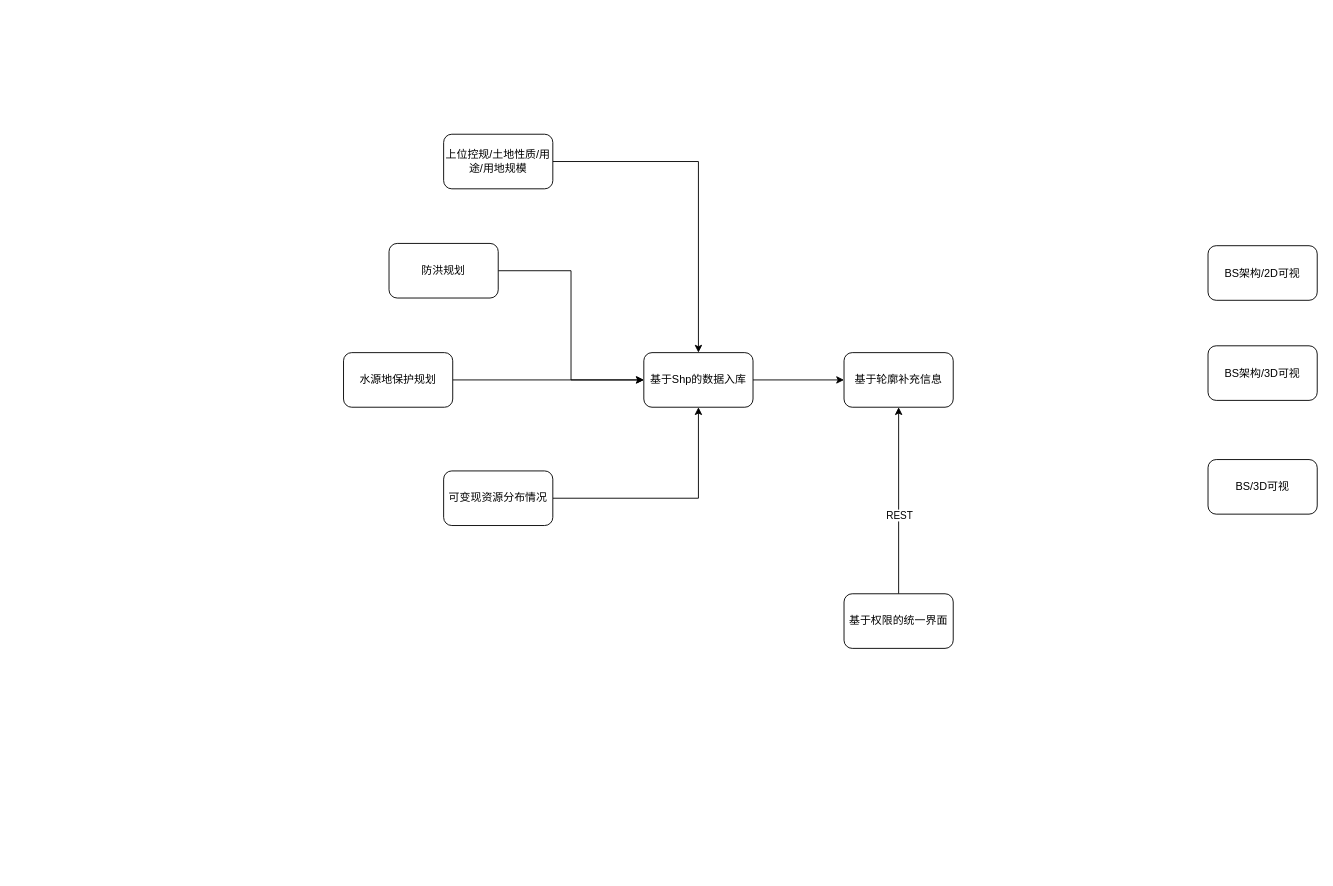
gaochaowyq/MinderGraph keeps this draw.io diagram as 房山大石窝镇.drawio. Above is the earlier version. Source tidied: cells renumbered, new cells numbered last; positions are measured from the earlier drawing's top-left corner, leaving out a move shared by most shapes. Both pictures are drawn from the tidied source at 91%, with x=0, y=0 at pixel (343, 134).
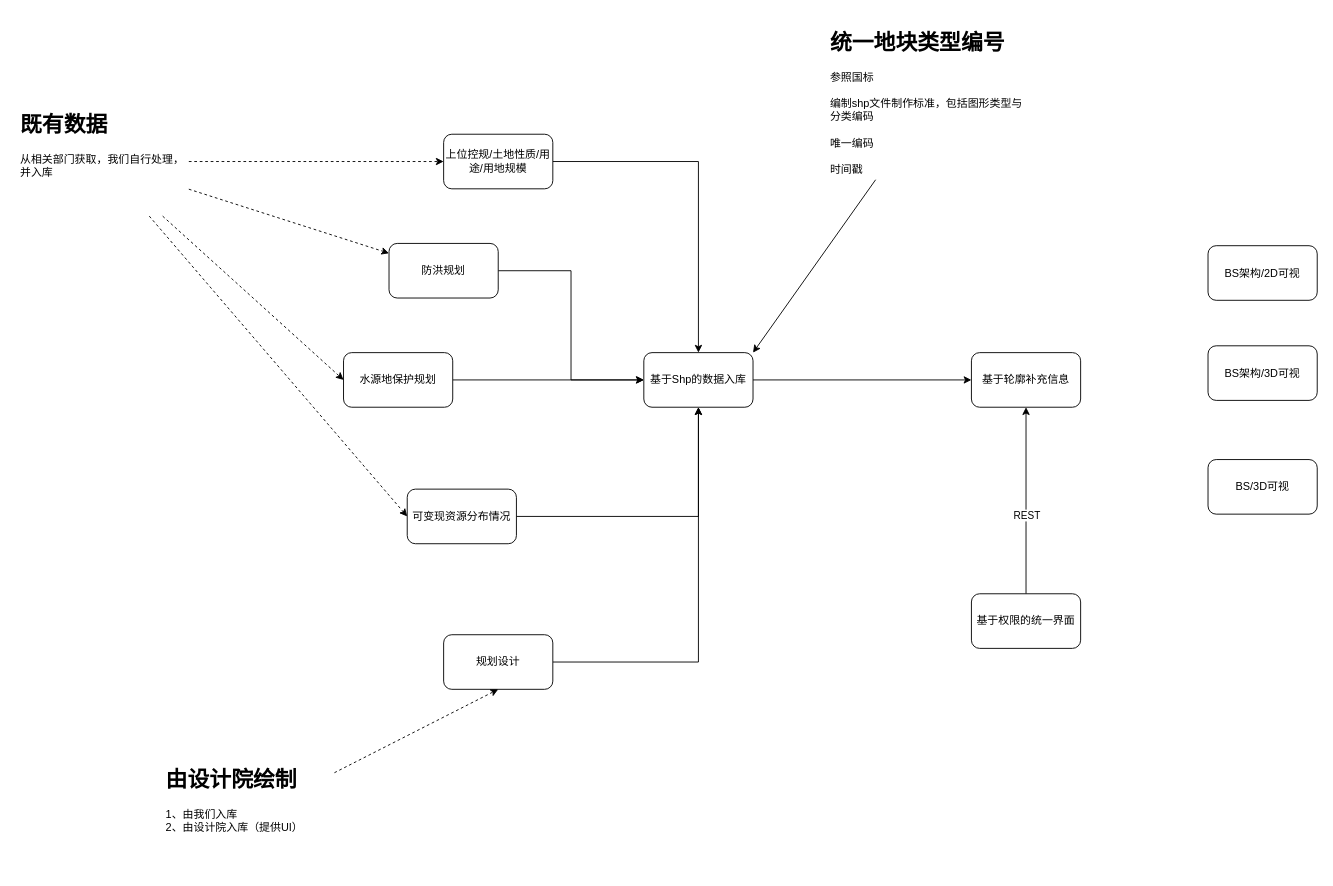
After the change.

Commit message:
更新房山大石窝镇.drawio

The change refers to these unchanged cells:
```xml
<mxCell id="3" value="基于Shp的数据入库" style="rounded=1;whiteSpace=wrap;html=1;" parent="1" vertex="1">
  <mxGeometry x="330" y="240" width="120" height="60" as="geometry" />
</mxCell>
<mxCell id="5" value="上位控规/土地性质/用途/用地规模" style="rounded=1;whiteSpace=wrap;html=1;" parent="1" vertex="1">
  <mxGeometry x="110" width="120" height="60" as="geometry" />
</mxCell>
<mxCell id="7" value="防洪规划" style="rounded=1;whiteSpace=wrap;html=1;" parent="1" vertex="1">
  <mxGeometry x="50" y="120" width="120" height="60" as="geometry" />
</mxCell>
<mxCell id="9" value="水源地保护规划" style="rounded=1;whiteSpace=wrap;html=1;" parent="1" vertex="1">
  <mxGeometry y="240" width="120" height="60" as="geometry" />
</mxCell>
```

What changed in the source:
```diff
@@
     <mxCell id="11" value="可变现资源分布情况" style="rounded=1;whiteSpace=wrap;html=1;" parent="1" vertex="1">
-      <mxGeometry x="110" y="370" width="120" height="60" as="geometry" />
+      <mxGeometry x="70" y="390" width="120" height="60" as="geometry" />
     </mxCell>
@@
     <mxCell id="15" value="基于轮廓补充信息" style="rounded=1;whiteSpace=wrap;html=1;" parent="1" vertex="1">
-      <mxGeometry x="550" y="240" width="120" height="60" as="geometry" />
+      <mxGeometry x="690" y="240" width="120" height="60" as="geometry" />
     </mxCell>
@@
     <mxCell id="18" value="基于权限的统一界面" style="rounded=1;whiteSpace=wrap;html=1;" parent="1" vertex="1">
-      <mxGeometry x="550" y="505" width="120" height="60" as="geometry" />
+      <mxGeometry x="690" y="505" width="120" height="60" as="geometry" />
     </mxCell>
+    <mxCell id="19" style="rounded=0;jettySize=auto;html=1;entryX=1;entryY=0;entryDx=0;entryDy=0;" parent="1" edge="1" source="20" target="3">
+      <mxGeometry relative="1" as="geometry" />
+    </mxCell>
+    <mxCell id="20" value="&lt;h1&gt;统一地块类型编号&lt;/h1&gt;&lt;div&gt;参照国标&lt;/div&gt;&lt;div&gt;&lt;br&gt;&lt;/div&gt;&lt;div&gt;编制shp文件制作标准，包括图形类型与分类编码&lt;/div&gt;&lt;div&gt;&lt;br&gt;&lt;/div&gt;&lt;div&gt;唯一编码&lt;/div&gt;&lt;div&gt;&lt;br&gt;&lt;/div&gt;&lt;div&gt;时间戳&lt;br&gt;&lt;/div&gt;" style="text;html=1;strokeColor=none;fillColor=none;spacing=5;spacingTop=-20;whiteSpace=wrap;overflow=hidden;rounded=0;" parent="1" vertex="1">
+      <mxGeometry x="530" y="-120" width="230" height="170" as="geometry" />
+    </mxCell>
+    <mxCell id="21" style="edgeStyle=orthogonalEdgeStyle;rounded=0;jettySize=auto;html=1;entryX=0.5;entryY=1;entryDx=0;entryDy=0;exitX=1;exitY=0.5;exitDx=0;exitDy=0;" parent="1" edge="1" source="22" target="3">
+      <mxGeometry relative="1" as="geometry" />
+    </mxCell>
+    <mxCell id="22" value="规划设计" style="rounded=1;whiteSpace=wrap;html=1;" parent="1" vertex="1">
+      <mxGeometry x="110" y="550" width="120" height="60" as="geometry" />
+    </mxCell>
+    <mxCell id="23" style="rounded=0;jettySize=auto;html=1;entryX=0.5;entryY=1;entryDx=0;entryDy=0;dashed=1;" parent="1" edge="1" source="24" target="22">
+      <mxGeometry relative="1" as="geometry" />
+    </mxCell>
+    <mxCell id="24" value="&lt;h1&gt;由设计院绘制&lt;/h1&gt;&lt;div&gt;1、由我们入库&lt;/div&gt;&lt;div&gt;2、由设计院入库（提供UI）&lt;br&gt;&lt;/div&gt;" style="text;html=1;strokeColor=none;fillColor=none;spacing=5;spacingTop=-20;whiteSpace=wrap;overflow=hidden;rounded=0;" parent="1" vertex="1">
+      <mxGeometry x="-200" y="690" width="190" height="120" as="geometry" />
+    </mxCell>
+    <mxCell id="25" style="rounded=0;jettySize=auto;html=1;entryX=0;entryY=0.5;entryDx=0;entryDy=0;dashed=1;" parent="1" edge="1" source="29" target="5">
+      <mxGeometry relative="1" as="geometry" />
+    </mxCell>
+    <mxCell id="26" style="rounded=0;jettySize=auto;html=1;dashed=1;" parent="1" edge="1" source="29" target="7">
+      <mxGeometry relative="1" as="geometry" />
+    </mxCell>
+    <mxCell id="27" style="rounded=0;jettySize=auto;html=1;entryX=0;entryY=0.5;entryDx=0;entryDy=0;dashed=1;" parent="1" edge="1" source="29" target="9">
+      <mxGeometry relative="1" as="geometry" />
+    </mxCell>
+    <mxCell id="28" style="rounded=0;jettySize=auto;html=1;entryX=0;entryY=0.5;entryDx=0;entryDy=0;dashed=1;" parent="1" edge="1" source="29" target="11">
+      <mxGeometry relative="1" as="geometry" />
+    </mxCell>
+    <mxCell id="29" value="&lt;h1&gt;既有数据&lt;/h1&gt;&lt;div&gt;从相关部门获取，我们自行处理，并入库&lt;br&gt;&lt;/div&gt;" style="text;html=1;strokeColor=none;fillColor=none;spacing=5;spacingTop=-20;whiteSpace=wrap;overflow=hidden;rounded=0;" parent="1" vertex="1">
+      <mxGeometry x="-360" y="-30" width="190" height="120" as="geometry" />
+    </mxCell>
```
